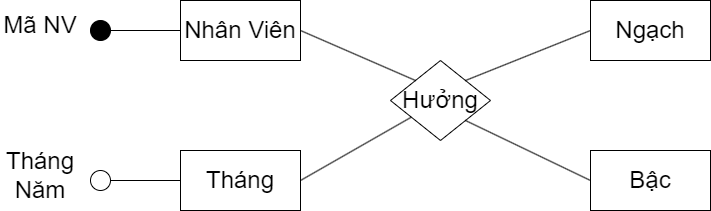
Earlier version of the draw.io export QT2(Chuẩn hóa ER).png (datnham0212/learning). Source tidied: cells renumbered, new cells last; positions are measured from the earlier drawing's top-left corner, leaving out a move shared by most shapes.
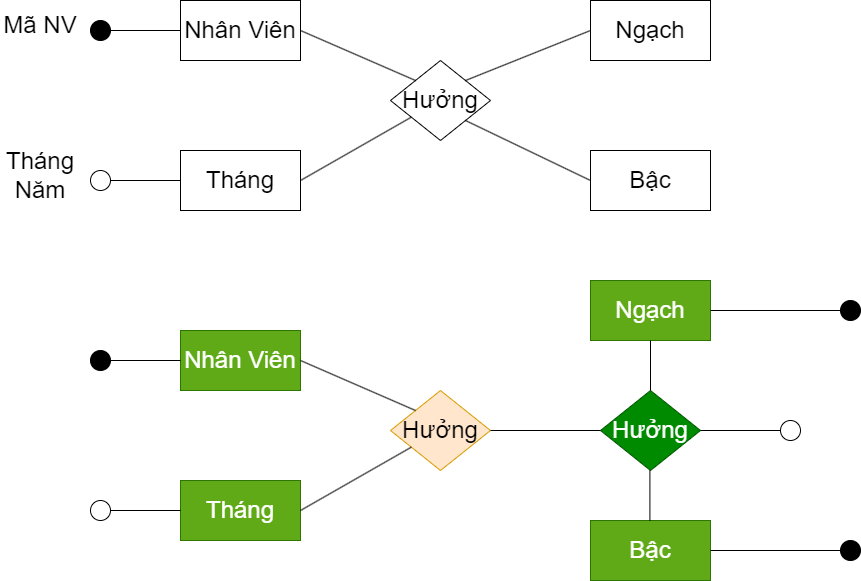
After the commit.

The edit, as a diff of the source:
```diff
@@ -51,5 +51,81 @@
         <mxPoint x="300" y="180" as="sourcePoint" />
       </mxGeometry>
     </mxCell>
+    <mxCell id="17" value="Nhân Viên" style="rounded=0;whiteSpace=wrap;html=1;fontSize=24;fillColor=#60a917;fontColor=#ffffff;strokeColor=#2D7600;" parent="1" vertex="1">
+      <mxGeometry x="180" y="330" width="120" height="60" as="geometry" />
+    </mxCell>
+    <mxCell id="18" value="Hưởng" style="rhombus;whiteSpace=wrap;html=1;fontSize=24;fillColor=#ffe6cc;strokeColor=#d79b00;" parent="1" vertex="1">
+      <mxGeometry x="390" y="390" width="100" height="80" as="geometry" />
+    </mxCell>
+    <mxCell id="19" value="Ngạch" style="rounded=0;whiteSpace=wrap;html=1;fontSize=24;fillColor=#60a917;fontColor=#ffffff;strokeColor=#2D7600;" parent="1" vertex="1">
+      <mxGeometry x="590" y="280" width="120" height="60" as="geometry" />
+    </mxCell>
+    <mxCell id="20" style="endArrow=none;html=1;rounded=0;entryX=0;entryY=0;entryDx=0;entryDy=0;fontSize=24;" parent="1" edge="1" target="18">
+      <mxGeometry relative="1" as="geometry">
+        <mxPoint x="300" y="360" as="sourcePoint" />
+      </mxGeometry>
+    </mxCell>
+    <mxCell id="21" style="endArrow=none;html=1;rounded=0;exitX=0;exitY=0.5;exitDx=0;exitDy=0;fontSize=24;" parent="1" edge="1" source="17" target="22">
+      <mxGeometry relative="1" as="geometry" />
+    </mxCell>
+    <mxCell id="22" style="ellipse;whiteSpace=wrap;html=1;fontSize=24;fillColor=#000000;" parent="1" vertex="1">
+      <mxGeometry x="90" y="350" width="20" height="20" as="geometry" />
+    </mxCell>
+    <mxCell id="23" value="Bậc" style="rounded=0;whiteSpace=wrap;html=1;fontSize=24;fillColor=#60a917;fontColor=#ffffff;strokeColor=#2D7600;" parent="1" vertex="1">
+      <mxGeometry x="590" y="520" width="120" height="60" as="geometry" />
+    </mxCell>
+    <mxCell id="24" value="Tháng" style="rounded=0;whiteSpace=wrap;html=1;fontSize=24;fillColor=#60a917;fontColor=#ffffff;strokeColor=#2D7600;" parent="1" vertex="1">
+      <mxGeometry x="180" y="480" width="120" height="60" as="geometry" />
+    </mxCell>
+    <mxCell id="25" style="endArrow=none;html=1;rounded=0;exitX=0;exitY=0.5;exitDx=0;exitDy=0;fontSize=24;" parent="1" edge="1" source="24" target="26">
+      <mxGeometry relative="1" as="geometry" />
+    </mxCell>
+    <mxCell id="26" style="ellipse;whiteSpace=wrap;html=1;fontSize=24;fillColor=#FFFFFF;" parent="1" vertex="1">
+      <mxGeometry x="90" y="500" width="20" height="20" as="geometry" />
+    </mxCell>
+    <mxCell id="27" style="endArrow=none;html=1;rounded=0;fontSize=24;exitX=1;exitY=0;exitDx=0;exitDy=0;" parent="1" edge="1" target="18">
+      <mxGeometry relative="1" as="geometry">
+        <mxPoint x="300" y="510" as="sourcePoint" />
+      </mxGeometry>
+    </mxCell>
+    <mxCell id="28" value="Hưởng" style="rhombus;whiteSpace=wrap;html=1;fontSize=24;fillColor=#008a00;strokeColor=#005700;fontColor=#ffffff;" parent="1" vertex="1">
+      <mxGeometry x="600" y="390" width="100" height="80" as="geometry" />
+    </mxCell>
+    <mxCell id="29" style="endArrow=none;html=1;rounded=0;exitX=0.5;exitY=0;exitDx=0;exitDy=0;" parent="1" edge="1" source="28">
+      <mxGeometry relative="1" as="geometry">
+        <mxPoint x="650" y="340" as="targetPoint" />
+      </mxGeometry>
+    </mxCell>
+    <mxCell id="30" style="endArrow=none;html=1;rounded=0;exitX=0.5;exitY=0;exitDx=0;exitDy=0;" parent="1" edge="1">
+      <mxGeometry relative="1" as="geometry">
+        <mxPoint x="649.4" y="520" as="sourcePoint" />
+        <mxPoint x="649.4" y="470" as="targetPoint" />
+      </mxGeometry>
+    </mxCell>
+    <mxCell id="31" style="endArrow=none;html=1;rounded=0;entryX=0;entryY=0.5;entryDx=0;entryDy=0;" parent="1" edge="1" target="28">
+      <mxGeometry relative="1" as="geometry">
+        <mxPoint x="490" y="430" as="sourcePoint" />
+      </mxGeometry>
+    </mxCell>
+    <mxCell id="32" style="endArrow=none;html=1;rounded=0;exitX=1;exitY=0.5;exitDx=0;exitDy=0;fontSize=24;" parent="1" edge="1" source="28" target="33">
+      <mxGeometry relative="1" as="geometry" />
+    </mxCell>
+    <mxCell id="33" style="ellipse;whiteSpace=wrap;html=1;fontSize=24;fillColor=#FFFFFF;" parent="1" vertex="1">
+      <mxGeometry x="780" y="420" width="20" height="20" as="geometry" />
+    </mxCell>
+    <mxCell id="34" style="endArrow=none;html=1;rounded=0;exitX=1;exitY=0.5;exitDx=0;exitDy=0;fontSize=24;" parent="1" edge="1" source="19" target="35">
+      <mxGeometry relative="1" as="geometry" />
+    </mxCell>
+    <mxCell id="35" style="ellipse;whiteSpace=wrap;html=1;fontSize=24;fillColor=#000000;" parent="1" vertex="1">
+      <mxGeometry x="840" y="300" width="20" height="20" as="geometry" />
+    </mxCell>
+    <mxCell id="36" style="endArrow=none;html=1;rounded=0;exitX=1;exitY=0.5;exitDx=0;exitDy=0;fontSize=24;" parent="1" edge="1" target="37">
+      <mxGeometry relative="1" as="geometry">
+        <mxPoint x="710" y="550" as="sourcePoint" />
+      </mxGeometry>
+    </mxCell>
+    <mxCell id="37" style="ellipse;whiteSpace=wrap;html=1;fontSize=24;fillColor=#000000;" parent="1" vertex="1">
+      <mxGeometry x="840" y="540" width="20" height="20" as="geometry" />
+    </mxCell>
   </root>
 </mxGraphModel>
```
